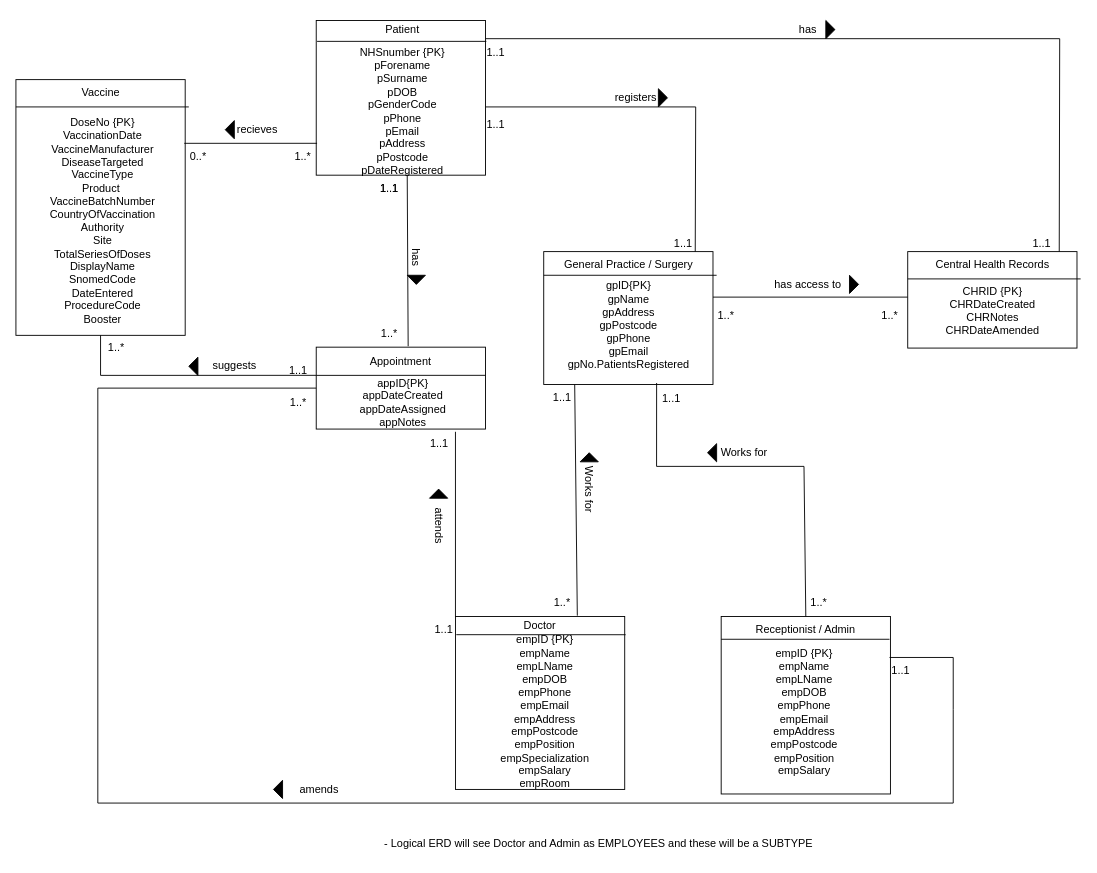
This is GP-ERD-Conceptual.drawio from JManikiza/SoftwareDevelopment-Group-E-Project, a draw.io file, before an edit. Source tidied: cells renumbered, new cells numbered last; positions are measured from the earlier drawing's top-left corner, leaving out a move shared by most shapes. Both pictures are drawn from the tidied source at 91%, with x=0, y=0 at pixel (15, 15).
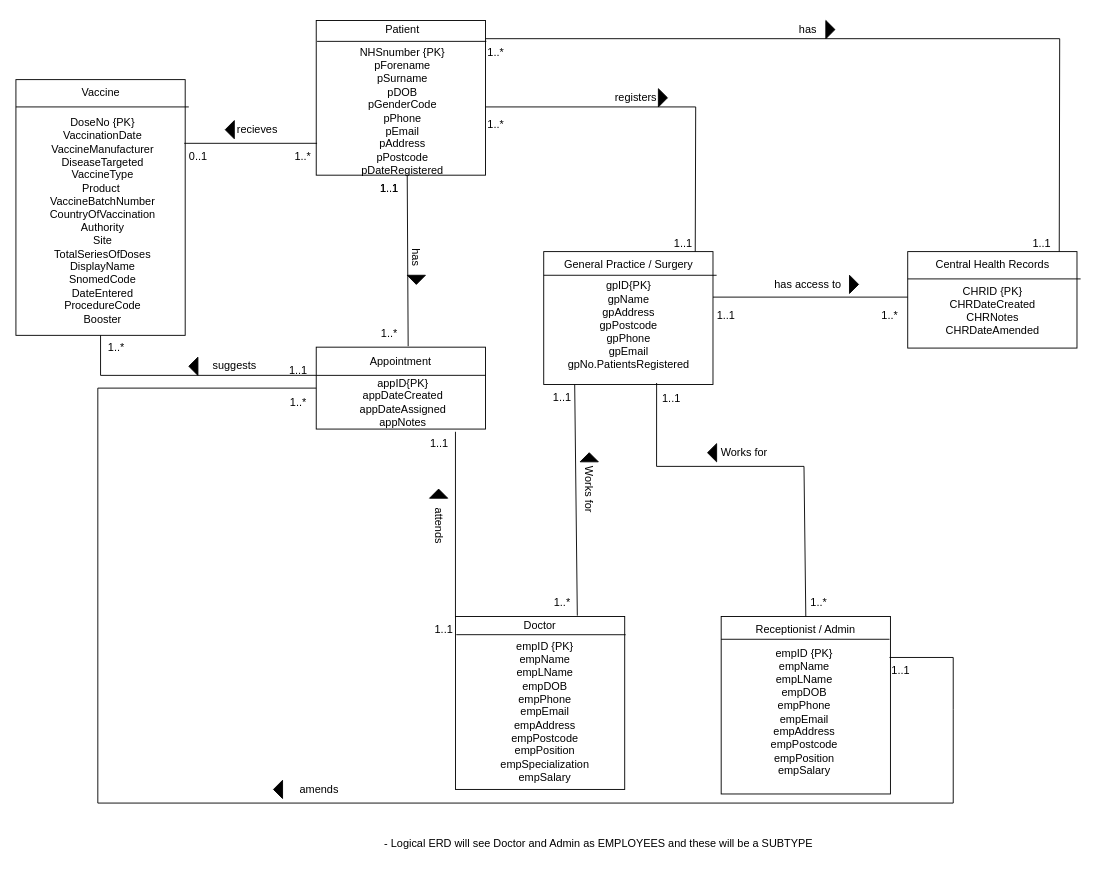
After the change.

The edit, as a diff of the source:
```diff
@@
-    <mxCell id="22" value="1..*" style="text;html=1;align=center;verticalAlign=middle;strokeColor=none;fillColor=none;" parent="1" vertex="1">
+    <mxCell id="22" value="1..1" style="text;html=1;align=center;verticalAlign=middle;strokeColor=none;fillColor=none;" parent="1" vertex="1">
       <mxGeometry x="760" y="314" width="40" height="30" as="geometry" />
     </mxCell>
@@
-    <mxCell id="49" value="1..1" style="text;html=1;align=center;verticalAlign=middle;strokeColor=none;fillColor=none;" parent="1" vertex="1">
+    <mxCell id="49" value="1..*" style="text;html=1;align=center;verticalAlign=middle;strokeColor=none;fillColor=none;" parent="1" vertex="1">
       <mxGeometry x="506.5" y="25" width="40" height="30" as="geometry" />
     </mxCell>
@@
-    <mxCell id="53" value="&lt;div&gt;empID {PK}&lt;/div&gt;&lt;div&gt;empName&lt;/div&gt;&lt;div&gt;empLName&lt;/div&gt;&lt;div&gt;empDOB&lt;/div&gt;&lt;div&gt;empPhone&lt;/div&gt;&lt;div&gt;empEmail&lt;/div&gt;&lt;div&gt;empAddress&lt;/div&gt;&lt;div&gt;empPostcode&lt;/div&gt;&lt;div&gt;empPosition&lt;br&gt;&lt;/div&gt;&lt;div&gt;empSpecialization&lt;br&gt;empSalary&lt;br&gt;empRoom&lt;br&gt;&lt;/div&gt;" style="text;html=1;align=center;verticalAlign=middle;strokeColor=none;fillColor=none;" parent="1" vertex="1">
-      <mxGeometry x="521" y="670" width="120" height="190" as="geometry" />
+    <mxCell id="53" value="&lt;div&gt;empID {PK}&lt;/div&gt;&lt;div&gt;empName&lt;/div&gt;&lt;div&gt;empLName&lt;/div&gt;&lt;div&gt;empDOB&lt;/div&gt;&lt;div&gt;empPhone&lt;/div&gt;&lt;div&gt;empEmail&lt;/div&gt;&lt;div&gt;empAddress&lt;/div&gt;&lt;div&gt;empPostcode&lt;/div&gt;&lt;div&gt;empPosition&lt;br&gt;&lt;/div&gt;&lt;div&gt;empSpecialization&lt;br&gt;empSalary&lt;br&gt;&lt;/div&gt;" style="text;html=1;align=center;verticalAlign=middle;strokeColor=none;fillColor=none;" parent="1" vertex="1">
+      <mxGeometry x="521" y="680" width="120" height="170" as="geometry" />
     </mxCell>
@@
-    <mxCell id="63" value="1..1" style="text;html=1;align=center;verticalAlign=middle;strokeColor=none;fillColor=none;" parent="1" vertex="1">
+    <mxCell id="63" value="1..*" style="text;html=1;align=center;verticalAlign=middle;strokeColor=none;fillColor=none;" parent="1" vertex="1">
       <mxGeometry x="506.5" y="105" width="40" height="30" as="geometry" />
     </mxCell>
@@
-    <mxCell id="81" value="0..*" style="text;html=1;align=center;verticalAlign=middle;strokeColor=none;fillColor=none;" parent="1" vertex="1">
+    <mxCell id="81" value="0..1" style="text;html=1;align=center;verticalAlign=middle;strokeColor=none;fillColor=none;" parent="1" vertex="1">
       <mxGeometry x="180" y="140" width="40" height="30" as="geometry" />
     </mxCell>
```
